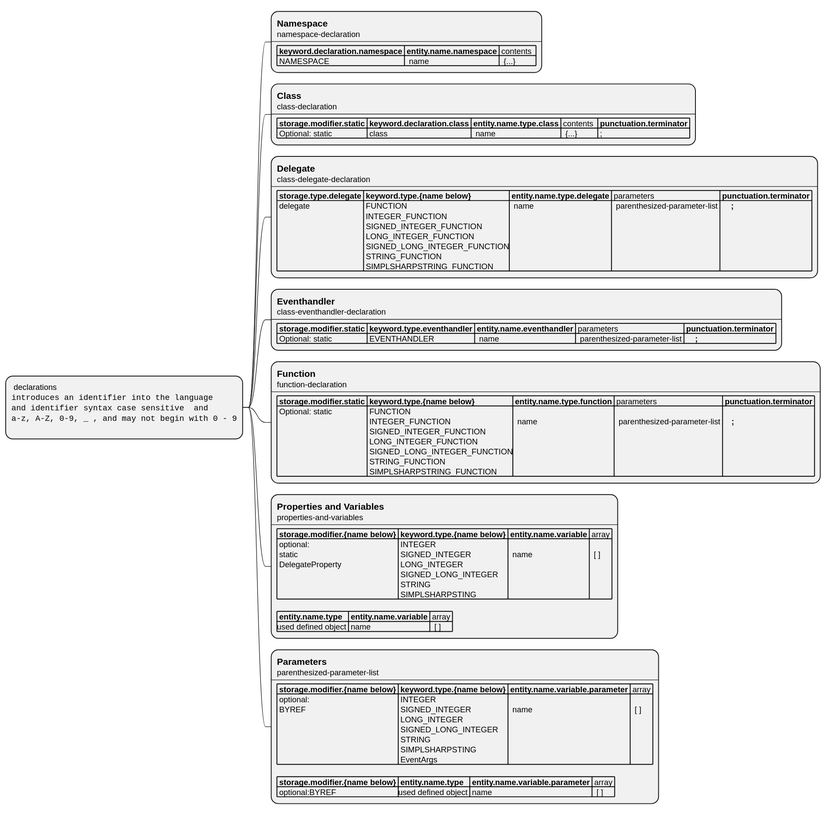
alvaroyurrita/vscode-crestron-splus keeps this PlantUML diagram as UML/csharp-syntax-mindmap/declarations.svg. Above is the earlier version.
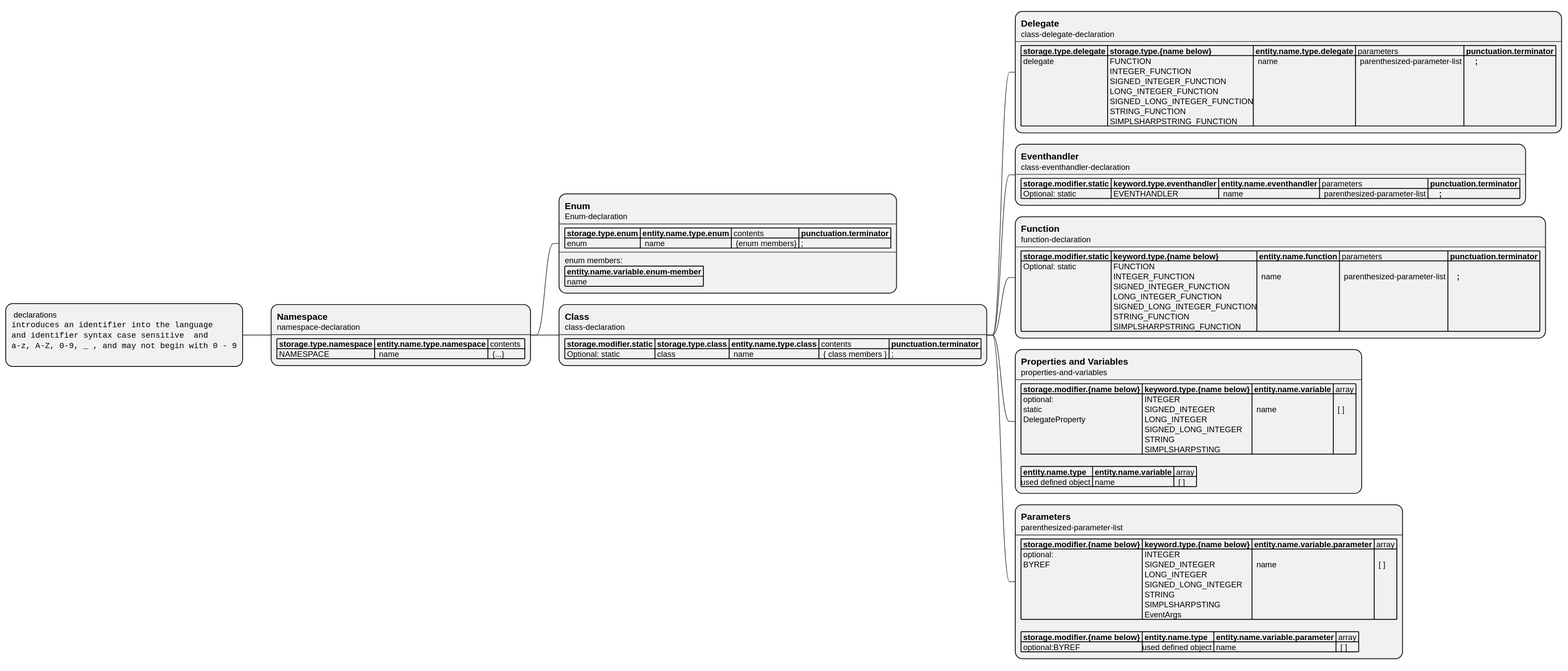
The same file after the commit.

Diff of the diagram source:
```diff
@@ -11,36 +11,48 @@
 **:== Namespace
 namespace-declaration
 ----
-|= keyword.declaration.namespace |= entity.name.namespace | contents  |
+|= storage.type.namespace |= entity.name.type.namespace | contents  |
 | NAMESPACE |  name  |  {...} |;
 
-**:== Class
+
+***:== Enum
+Enum-declaration
+----
+|= storage.type.enum |= entity.name.type.enum | contents  |= punctuation.terminator |
+| enum |  name  |  {enum members} | ; |
+----
+enum members:
+|= entity.name.variable.enum-member |
+| name |;
+
+
+
+***:== Class
 class-declaration
 ----
-|= storage.modifier.static |= keyword.declaration.class |= entity.name.type.class | contents  |= punctuation.terminator |
-| Optional: static | class |  name  |  {...} | ; |;
+|= storage.modifier.static |= storage.type.class |= entity.name.type.class | contents  |= punctuation.terminator |
+| Optional: static | class |  name  |  { class members } | ; |;
 
-
-**:== Delegate
+****:== Delegate
 class-delegate-declaration
 ----
-|= storage.type.delegate |= keyword.type.{name below} |= entity.name.type.delegate | parameters  |= punctuation.terminator |
+|= storage.type.delegate |= storage.type.{name below} |= entity.name.type.delegate | parameters  |= punctuation.terminator |
 | delegate | FUNCTION\n INTEGER_FUNCTION\n SIGNED_INTEGER_FUNCTION\n LONG_INTEGER_FUNCTION\n SIGNED_LONG_INTEGER_FUNCTION\n STRING_FUNCTION \n SIMPLSHARPSTRING_FUNCTION |  name  |  parenthesized-parameter-list |=     ; |;
 
 
-**:== Eventhandler
+****:== Eventhandler
 class-eventhandler-declaration
 ----
 |= storage.modifier.static |= keyword.type.eventhandler |= entity.name.eventhandler | parameters  |= punctuation.terminator |
 | Optional: static | EVENTHANDLER |  name  |  parenthesized-parameter-list |=     ; |;
 
-**:== Function
+****:== Function
 function-declaration
 ----
-|= storage.modifier.static |= keyword.type.{name below} |= entity.name.type.function | parameters |= punctuation.terminator |
+|= storage.modifier.static |= keyword.type.{name below} |= entity.name.function | parameters |= punctuation.terminator |
 | Optional: static | FUNCTION\n INTEGER_FUNCTION\n SIGNED_INTEGER_FUNCTION\n LONG_INTEGER_FUNCTION\n SIGNED_LONG_INTEGER_FUNCTION\n STRING_FUNCTION \n SIMPLSHARPSTRING_FUNCTION  |  \n  name | \n  parenthesized-parameter-list |= \n    ;  |;
 
-**:== Properties and Variables
+****:== Properties and Variables
 properties-and-variables
 ----
 |= storage.modifier.{name below} |= keyword.type.{name below} |= entity.name.variable | array |
@@ -49,7 +61,7 @@
 |= entity.name.type |= entity.name.variable | array |
 |used defined object | name |  [ ]  |;
 
-**:== Parameters
+****:== Parameters
 parenthesized-parameter-list
 ----
 |= storage.modifier.{name below} |= keyword.type.{name below} |= entity.name.variable.parameter | array |
```
